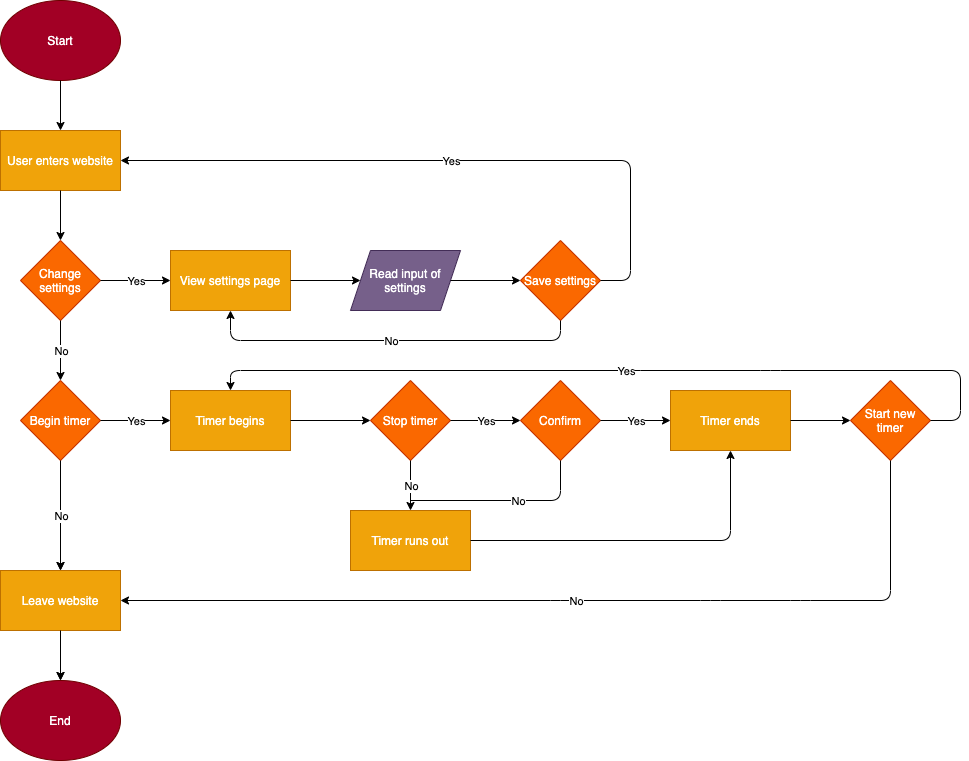
Above: specs/assets/flowchart.drawio.png in 19lmyers/cse110-w21-group14 (draw.io), before the change. Source tidied: cells renumbered, new cells last; positions are measured from the earlier drawing's top-left corner, leaving out a move shared by most shapes.
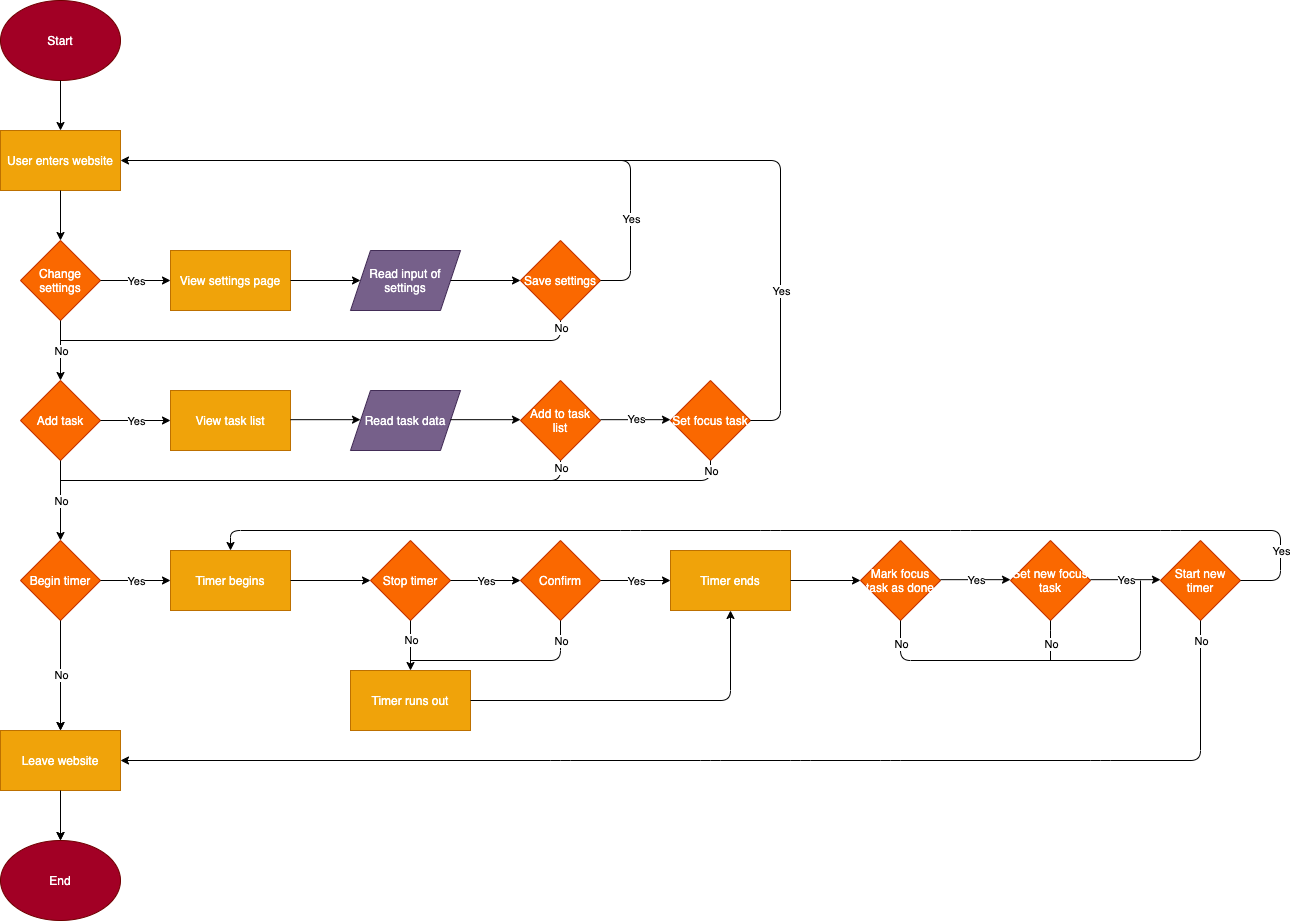
After the change.

The edit, as a diff of the source:
```diff
@@ -3,10 +3,10 @@
     <mxCell id="0" />
     <mxCell id="1" parent="0" />
     <mxCell id="2" value="Start" style="ellipse;whiteSpace=wrap;html=1;fillColor=#a20025;strokeColor=#6F0000;fontColor=#ffffff;" parent="1" vertex="1">
-      <mxGeometry width="120" height="80" as="geometry" />
+      <mxGeometry y="-160" width="120" height="80" as="geometry" />
     </mxCell>
     <mxCell id="3" value="User enters website" style="rounded=0;whiteSpace=wrap;html=1;fillColor=#f0a30a;strokeColor=#BD7000;fontColor=#ffffff;" parent="1" vertex="1">
-      <mxGeometry y="130" width="120" height="60" as="geometry" />
+      <mxGeometry y="-30" width="120" height="60" as="geometry" />
     </mxCell>
     <mxCell id="4" style="edgeStyle=orthogonalEdgeStyle;rounded=0;jettySize=auto;html=1;" parent="1" edge="1" source="5" target="16">
       <mxGeometry relative="1" as="geometry" />
@@ -18,10 +18,10 @@
       <mxGeometry x="170" y="390" width="120" height="60" as="geometry" />
     </mxCell>
     <mxCell id="7" value="Change settings" style="rhombus;whiteSpace=wrap;html=1;fillColor=#fa6800;strokeColor=#C73500;fontColor=#ffffff;" parent="1" vertex="1">
-      <mxGeometry x="20" y="240" width="80" height="80" as="geometry" />
+      <mxGeometry x="20" y="80" width="80" height="80" as="geometry" />
     </mxCell>
     <mxCell id="8" value="View settings page" style="rounded=0;whiteSpace=wrap;html=1;fillColor=#f0a30a;strokeColor=#BD7000;fontColor=#ffffff;" parent="1" vertex="1">
-      <mxGeometry x="170" y="250" width="120" height="60" as="geometry" />
+      <mxGeometry x="170" y="90" width="120" height="60" as="geometry" />
     </mxCell>
     <mxCell id="9" style="endArrow=classic;html=1;exitX=0.5;exitY=1;exitDx=0;exitDy=0;entryX=0.5;entryY=0;entryDx=0;entryDy=0;" parent="1" edge="1" source="2" target="3">
       <mxGeometry relative="1" as="geometry" />
@@ -35,7 +35,7 @@
     <mxCell id="12" value="Yes" style="edgeLabel;html=1;align=center;verticalAlign=middle;" parent="11" vertex="1">
       <mxGeometry relative="1" as="geometry" />
     </mxCell>
-    <mxCell id="13" style="endArrow=classic;html=1;exitX=0.5;exitY=1;exitDx=0;exitDy=0;entryX=0.5;entryY=0;entryDx=0;entryDy=0;" parent="1" edge="1" source="7" target="5">
+    <mxCell id="13" style="endArrow=classic;html=1;exitX=0.5;exitY=1;exitDx=0;exitDy=0;entryX=0.5;entryY=0;entryDx=0;entryDy=0;" parent="1" edge="1" source="7" target="52">
       <mxGeometry relative="1" as="geometry" />
     </mxCell>
     <mxCell id="14" value="No" style="edgeLabel;html=1;align=center;verticalAlign=middle;" parent="13" vertex="1">
@@ -60,10 +60,10 @@
       <mxGeometry relative="1" as="geometry" />
     </mxCell>
     <mxCell id="21" value="Save settings" style="rhombus;whiteSpace=wrap;html=1;fillColor=#fa6800;strokeColor=#C73500;fontColor=#ffffff;" parent="1" vertex="1">
-      <mxGeometry x="520" y="240" width="80" height="80" as="geometry" />
+      <mxGeometry x="520" y="80" width="80" height="80" as="geometry" />
     </mxCell>
     <mxCell id="22" value="Read input of settings" style="shape=parallelogram;perimeter=parallelogramPerimeter;whiteSpace=wrap;html=1;fixedSize=1;fillColor=#76608a;strokeColor=#432D57;fontColor=#ffffff;" parent="1" vertex="1">
-      <mxGeometry x="350" y="250" width="110" height="60" as="geometry" />
+      <mxGeometry x="350" y="90" width="110" height="60" as="geometry" />
     </mxCell>
     <mxCell id="23" style="endArrow=classic;html=1;exitX=1;exitY=0.5;exitDx=0;exitDy=0;entryX=0;entryY=0.5;entryDx=0;entryDy=0;" parent="1" edge="1" source="8" target="22">
       <mxGeometry relative="1" as="geometry" />
@@ -74,26 +74,14 @@
     <mxCell id="25" style="endArrow=classic;html=1;exitX=1;exitY=0.5;exitDx=0;exitDy=0;entryX=1;entryY=0.5;entryDx=0;entryDy=0;" parent="1" edge="1" source="21" target="3">
       <mxGeometry relative="1" as="geometry">
         <Array as="points">
-          <mxPoint x="630" y="280" />
-          <mxPoint x="630" y="160" />
+          <mxPoint x="630" y="120" />
+          <mxPoint x="630" />
         </Array>
       </mxGeometry>
     </mxCell>
-    <mxCell id="26" value="Yes" style="edgeLabel;html=1;align=center;verticalAlign=middle;" parent="25" vertex="1">
-      <mxGeometry relative="1" as="geometry" />
-    </mxCell>
-    <mxCell id="27" style="endArrow=classic;html=1;exitX=0.5;exitY=1;exitDx=0;exitDy=0;" parent="1" edge="1" source="21">
-      <mxGeometry relative="1" as="geometry">
-        <mxPoint x="230" y="310" as="targetPoint" />
-        <Array as="points">
-          <mxPoint x="560" y="340" />
-          <mxPoint x="230" y="340" />
-        </Array>
-      </mxGeometry>
-    </mxCell>
-    <mxCell id="28" value="No" style="edgeLabel;html=1;align=center;verticalAlign=middle;" parent="27" vertex="1">
-      <mxGeometry relative="1" as="geometry" />
-    </mxCell>
+    <mxCell id="51" value="Yes" style="edgeLabel;html=1;align=center;verticalAlign=middle;" parent="25" vertex="1">
+      <mxGeometry x="-0.72" relative="1" as="geometry" />
+    </mxCell>
     <mxCell id="29" value="End" style="ellipse;whiteSpace=wrap;html=1;fillColor=#a20025;strokeColor=#6F0000;fontColor=#ffffff;" parent="1" vertex="1">
       <mxGeometry y="680" width="120" height="80" as="geometry" />
     </mxCell>
@@ -104,7 +92,7 @@
       <mxGeometry x="350" y="510" width="120" height="60" as="geometry" />
     </mxCell>
     <mxCell id="32" value="Start new timer" style="rhombus;whiteSpace=wrap;html=1;fillColor=#fa6800;strokeColor=#C73500;fontColor=#ffffff;" parent="1" vertex="1">
-      <mxGeometry x="850" y="380" width="80" height="80" as="geometry" />
+      <mxGeometry x="1160" y="380" width="80" height="80" as="geometry" />
     </mxCell>
     <mxCell id="33" value="Stop timer" style="rhombus;whiteSpace=wrap;html=1;fillColor=#fa6800;strokeColor=#C73500;fontColor=#ffffff;" parent="1" vertex="1">
       <mxGeometry x="370" y="380" width="80" height="80" as="geometry" />
@@ -122,12 +110,16 @@
       <mxGeometry relative="1" as="geometry" />
     </mxCell>
     <mxCell id="38" value="No" style="edgeLabel;html=1;align=center;verticalAlign=middle;" parent="37" vertex="1">
-      <mxGeometry relative="1" as="geometry" />
+      <mxGeometry relative="1" as="geometry">
+        <mxPoint y="-5" as="offset" />
+      </mxGeometry>
     </mxCell>
     <mxCell id="39" style="endArrow=classic;html=1;exitX=1;exitY=0.5;exitDx=0;exitDy=0;entryX=0.5;entryY=0;entryDx=0;entryDy=0;" parent="1" edge="1" source="32" target="6">
       <mxGeometry relative="1" as="geometry">
         <Array as="points">
-          <mxPoint x="960" y="420" />
+          <mxPoint x="1280" y="420" />
+          <mxPoint x="1280" y="370" />
+          <mxPoint x="1170" y="370" />
           <mxPoint x="960" y="370" />
           <mxPoint x="770" y="370" />
           <mxPoint x="630" y="370" />
@@ -136,11 +128,15 @@
       </mxGeometry>
     </mxCell>
     <mxCell id="40" value="Yes" style="edgeLabel;html=1;align=center;verticalAlign=middle;" parent="39" vertex="1">
-      <mxGeometry relative="1" as="geometry" />
+      <mxGeometry relative="1" as="geometry">
+        <mxPoint x="490" y="20" as="offset" />
+      </mxGeometry>
     </mxCell>
     <mxCell id="41" style="endArrow=classic;html=1;exitX=0.5;exitY=1;exitDx=0;exitDy=0;entryX=1;entryY=0.5;entryDx=0;entryDy=0;" parent="1" edge="1" source="32" target="16">
       <mxGeometry relative="1" as="geometry">
         <Array as="points">
+          <mxPoint x="1200" y="600" />
+          <mxPoint x="1100" y="600" />
           <mxPoint x="890" y="600" />
           <mxPoint x="800" y="600" />
           <mxPoint x="710" y="600" />
@@ -149,7 +145,9 @@
       </mxGeometry>
     </mxCell>
     <mxCell id="42" value="No" style="edgeLabel;html=1;align=center;verticalAlign=middle;" parent="41" vertex="1">
-      <mxGeometry relative="1" as="geometry" />
+      <mxGeometry relative="1" as="geometry">
+        <mxPoint x="470" y="-120" as="offset" />
+      </mxGeometry>
     </mxCell>
     <mxCell id="43" value="Confirm" style="rhombus;whiteSpace=wrap;html=1;fillColor=#fa6800;strokeColor=#C73500;fontColor=#ffffff;" parent="1" vertex="1">
       <mxGeometry x="520" y="380" width="80" height="80" as="geometry" />
@@ -170,7 +168,7 @@
         </Array>
       </mxGeometry>
     </mxCell>
-    <mxCell id="48" style="endArrow=classic;html=1;exitX=1;exitY=0.5;exitDx=0;exitDy=0;" parent="1" edge="1" source="46" target="32">
+    <mxCell id="48" style="endArrow=classic;html=1;exitX=1;exitY=0.5;exitDx=0;exitDy=0;entryX=0;entryY=0.5;entryDx=0;entryDy=0;" parent="1" edge="1" source="46" target="72">
       <mxGeometry relative="1" as="geometry" />
     </mxCell>
     <mxCell id="49" style="endArrow=none;html=1;entryX=0.5;entryY=1;entryDx=0;entryDy=0;" parent="1" edge="1" target="43">
@@ -183,8 +181,158 @@
     </mxCell>
     <mxCell id="50" value="No" style="edgeLabel;html=1;align=center;verticalAlign=middle;" parent="49" vertex="1">
       <mxGeometry x="0.13" y="-3" relative="1" as="geometry">
-        <mxPoint y="-3" as="offset" />
+        <mxPoint x="43.3" y="-23" as="offset" />
       </mxGeometry>
     </mxCell>
+    <mxCell id="52" value="Add task" style="rhombus;whiteSpace=wrap;html=1;fillColor=#fa6800;strokeColor=#C73500;fontColor=#ffffff;" parent="1" vertex="1">
+      <mxGeometry x="20" y="220" width="80" height="80" as="geometry" />
+    </mxCell>
+    <mxCell id="53" style="endArrow=classic;html=1;exitX=0.5;exitY=1;exitDx=0;exitDy=0;entryX=0.5;entryY=0;entryDx=0;entryDy=0;" parent="1" edge="1" source="52" target="5">
+      <mxGeometry relative="1" as="geometry" />
+    </mxCell>
+    <mxCell id="54" value="No" style="edgeLabel;html=1;align=center;verticalAlign=middle;" parent="53" vertex="1">
+      <mxGeometry relative="1" as="geometry" />
+    </mxCell>
+    <mxCell id="55" style="endArrow=classic;html=1;exitX=1;exitY=0.5;exitDx=0;exitDy=0;entryX=0;entryY=0.5;entryDx=0;entryDy=0;" parent="1" edge="1" source="52" target="57">
+      <mxGeometry relative="1" as="geometry" />
+    </mxCell>
+    <mxCell id="56" value="Yes" style="edgeLabel;html=1;align=center;verticalAlign=middle;" parent="55" vertex="1">
+      <mxGeometry relative="1" as="geometry" />
+    </mxCell>
+    <mxCell id="57" value="View task list" style="rounded=0;whiteSpace=wrap;html=1;fillColor=#f0a30a;strokeColor=#BD7000;fontColor=#ffffff;" parent="1" vertex="1">
+      <mxGeometry x="170" y="230" width="120" height="60" as="geometry" />
+    </mxCell>
+    <mxCell id="58" value="Read task data" style="shape=parallelogram;perimeter=parallelogramPerimeter;whiteSpace=wrap;html=1;fixedSize=1;fillColor=#76608a;strokeColor=#432D57;fontColor=#ffffff;" parent="1" vertex="1">
+      <mxGeometry x="350" y="230" width="110" height="60" as="geometry" />
+    </mxCell>
+    <mxCell id="59" style="endArrow=classic;html=1;exitX=1;exitY=0.5;exitDx=0;exitDy=0;entryX=0;entryY=0.5;entryDx=0;entryDy=0;" parent="1" edge="1">
+      <mxGeometry relative="1" as="geometry">
+        <mxPoint x="290" y="259.2" as="sourcePoint" />
+        <mxPoint x="360" y="259.2" as="targetPoint" />
+      </mxGeometry>
+    </mxCell>
+    <mxCell id="60" value="Add to task list" style="rhombus;whiteSpace=wrap;html=1;fillColor=#fa6800;strokeColor=#C73500;fontColor=#ffffff;" parent="1" vertex="1">
+      <mxGeometry x="520" y="220" width="80" height="80" as="geometry" />
+    </mxCell>
+    <mxCell id="61" style="endArrow=classic;html=1;entryX=0;entryY=0.5;entryDx=0;entryDy=0;" parent="1" edge="1">
+      <mxGeometry relative="1" as="geometry">
+        <mxPoint x="450" y="259.2" as="sourcePoint" />
+        <mxPoint x="520" y="259.2" as="targetPoint" />
+      </mxGeometry>
+    </mxCell>
+    <mxCell id="62" value="Set focus task" style="rhombus;whiteSpace=wrap;html=1;fillColor=#fa6800;strokeColor=#C73500;fontColor=#ffffff;" parent="1" vertex="1">
+      <mxGeometry x="670" y="220" width="80" height="80" as="geometry" />
+    </mxCell>
+    <mxCell id="63" value="Yes" style="endArrow=classic;html=1;entryX=0;entryY=0.5;entryDx=0;entryDy=0;" parent="1" edge="1">
+      <mxGeometry relative="1" as="geometry">
+        <mxPoint x="600" y="259.2" as="sourcePoint" />
+        <mxPoint x="670" y="259.2" as="targetPoint" />
+      </mxGeometry>
+    </mxCell>
+    <mxCell id="64" style="endArrow=none;html=1;exitX=1;exitY=0.5;exitDx=0;exitDy=0;" parent="1" edge="1" source="62">
+      <mxGeometry relative="1" as="geometry">
+        <mxPoint x="600" as="targetPoint" />
+        <Array as="points">
+          <mxPoint x="780" y="260" />
+          <mxPoint x="780" />
+        </Array>
+      </mxGeometry>
+    </mxCell>
+    <mxCell id="65" value="Yes" style="edgeLabel;html=1;align=center;verticalAlign=middle;" parent="64" vertex="1">
+      <mxGeometry x="-0.32" y="-5" relative="1" as="geometry">
+        <mxPoint x="-5" as="offset" />
+      </mxGeometry>
+    </mxCell>
+    <mxCell id="66" style="endArrow=none;html=1;entryX=0.5;entryY=1;entryDx=0;entryDy=0;" parent="1" edge="1" target="62">
+      <mxGeometry relative="1" as="geometry">
+        <mxPoint x="550" y="320" as="sourcePoint" />
+        <Array as="points">
+          <mxPoint x="710" y="320" />
+        </Array>
+      </mxGeometry>
+    </mxCell>
+    <mxCell id="67" value="No" style="edgeLabel;html=1;align=center;verticalAlign=middle;" parent="66" vertex="1">
+      <mxGeometry x="0.19" y="-4" relative="1" as="geometry">
+        <mxPoint x="53.3" y="-14" as="offset" />
+      </mxGeometry>
+    </mxCell>
+    <mxCell id="68" style="endArrow=none;html=1;entryX=0.5;entryY=1;entryDx=0;entryDy=0;" parent="1" edge="1" target="21">
+      <mxGeometry relative="1" as="geometry">
+        <mxPoint x="60" y="180" as="sourcePoint" />
+        <Array as="points">
+          <mxPoint x="560" y="180" />
+        </Array>
+      </mxGeometry>
+    </mxCell>
+    <mxCell id="69" value="No" style="edgeLabel;html=1;align=center;verticalAlign=middle;" parent="1" vertex="1">
+      <mxGeometry x="570" y="320" as="geometry">
+        <mxPoint x="-10" y="-153" as="offset" />
+      </mxGeometry>
+    </mxCell>
+    <mxCell id="70" style="endArrow=none;html=1;entryX=0.5;entryY=1;entryDx=0;entryDy=0;" parent="1" edge="1">
+      <mxGeometry relative="1" as="geometry">
+        <mxPoint x="60" y="320" as="sourcePoint" />
+        <mxPoint x="560" y="300" as="targetPoint" />
+        <Array as="points">
+          <mxPoint x="560" y="320" />
+        </Array>
+      </mxGeometry>
+    </mxCell>
+    <mxCell id="71" value="No" style="edgeLabel;html=1;align=center;verticalAlign=middle;" parent="1" vertex="1">
+      <mxGeometry x="570" y="460" as="geometry">
+        <mxPoint x="-10" y="-153" as="offset" />
+      </mxGeometry>
+    </mxCell>
+    <mxCell id="72" value="Mark focus task as done" style="rhombus;whiteSpace=wrap;html=1;fillColor=#fa6800;strokeColor=#C73500;fontColor=#ffffff;" parent="1" vertex="1">
+      <mxGeometry x="860" y="380" width="80" height="80" as="geometry" />
+    </mxCell>
+    <mxCell id="73" value="Set new focus task" style="rhombus;whiteSpace=wrap;html=1;fillColor=#fa6800;strokeColor=#C73500;fontColor=#ffffff;" parent="1" vertex="1">
+      <mxGeometry x="1010" y="380" width="80" height="80" as="geometry" />
+    </mxCell>
+    <mxCell id="74" style="endArrow=classic;html=1;exitX=1;exitY=0.5;exitDx=0;exitDy=0;entryX=0;entryY=0.5;entryDx=0;entryDy=0;" parent="1" edge="1">
+      <mxGeometry relative="1" as="geometry">
+        <mxPoint x="940" y="419.2" as="sourcePoint" />
+        <mxPoint x="1010" y="419.2" as="targetPoint" />
+      </mxGeometry>
+    </mxCell>
+    <mxCell id="75" value="Yes" style="edgeLabel;html=1;align=center;verticalAlign=middle;" parent="74" vertex="1">
+      <mxGeometry relative="1" as="geometry" />
+    </mxCell>
+    <mxCell id="76" style="endArrow=classic;html=1;exitX=1;exitY=0.5;exitDx=0;exitDy=0;entryX=0;entryY=0.5;entryDx=0;entryDy=0;" parent="1" edge="1">
+      <mxGeometry relative="1" as="geometry">
+        <mxPoint x="1090" y="419.2" as="sourcePoint" />
+        <mxPoint x="1160" y="419.2" as="targetPoint" />
+      </mxGeometry>
+    </mxCell>
+    <mxCell id="77" value="Yes" style="edgeLabel;html=1;align=center;verticalAlign=middle;" parent="76" vertex="1">
+      <mxGeometry relative="1" as="geometry" />
+    </mxCell>
+    <mxCell id="78" style="endArrow=none;html=1;exitX=0.5;exitY=1;exitDx=0;exitDy=0;" parent="1" edge="1" source="72">
+      <mxGeometry relative="1" as="geometry">
+        <mxPoint x="1140" y="420" as="targetPoint" />
+        <Array as="points">
+          <mxPoint x="900" y="500" />
+          <mxPoint x="1140" y="500" />
+        </Array>
+      </mxGeometry>
+    </mxCell>
+    <mxCell id="79" value="No" style="edgeLabel;html=1;align=center;verticalAlign=middle;" parent="1" vertex="1">
+      <mxGeometry x="570" y="490" as="geometry">
+        <mxPoint x="330" y="-7" as="offset" />
+      </mxGeometry>
+    </mxCell>
+    <mxCell id="80" style="endArrow=none;html=1;exitX=0.5;exitY=1;exitDx=0;exitDy=0;" parent="1" edge="1" source="73">
+      <mxGeometry relative="1" as="geometry">
+        <mxPoint x="1050" y="500" as="targetPoint" />
+        <Array as="points">
+          <mxPoint x="1050" y="480" />
+        </Array>
+      </mxGeometry>
+    </mxCell>
+    <mxCell id="81" value="No" style="edgeLabel;html=1;align=center;verticalAlign=middle;" parent="1" vertex="1">
+      <mxGeometry x="720" y="490" as="geometry">
+        <mxPoint x="330" y="-7" as="offset" />
+      </mxGeometry>
+    </mxCell>
   </root>
 </mxGraphModel>
```
